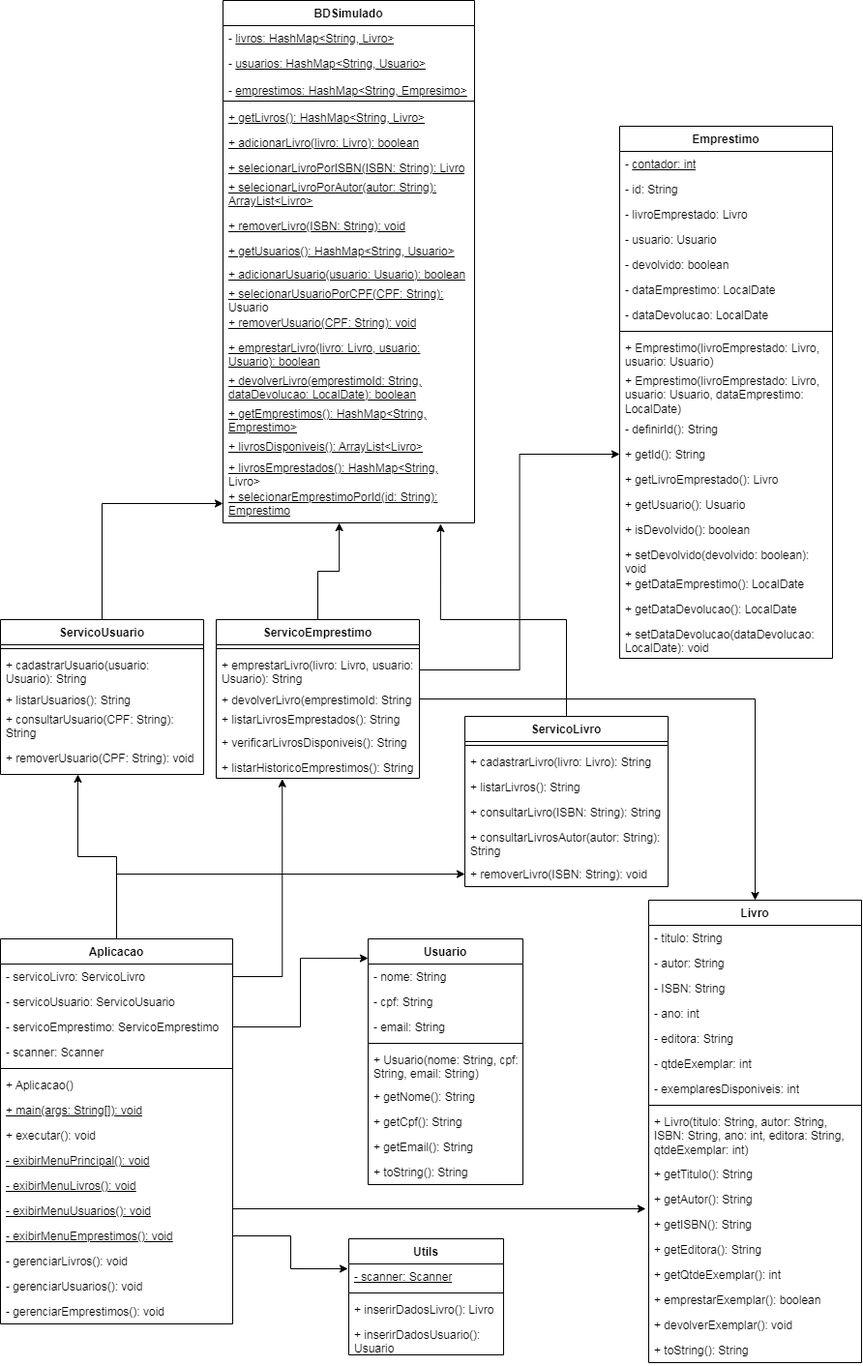
The draw.io diagram orientacao-a-objetos/atividades/atividade-1/Diagrama-uml.png in Ricardo-Cs/IFAC-SPI, before a commit. Source tidied: cells renumbered, new cells last; positions are measured from the earlier drawing's top-left corner, leaving out a move shared by most shapes.
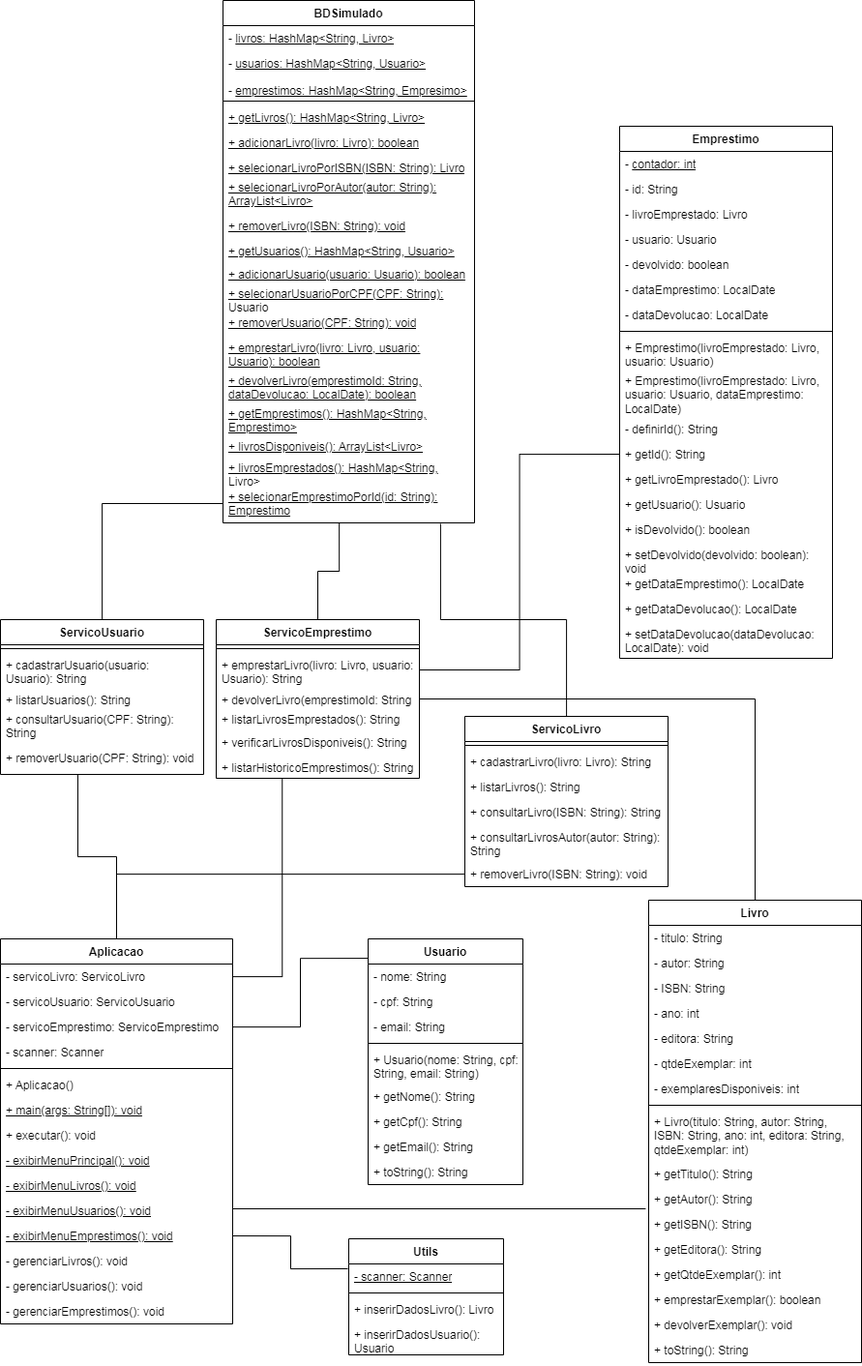
The same file after the commit.

Change to the diagram source:
```diff
@@ -206,7 +206,7 @@
     <mxCell id="69" value="&lt;u&gt;+ selecionarEmprestimoPorId(id: String): Emprestimo&lt;/u&gt;" style="text;strokeColor=none;fillColor=none;align=left;verticalAlign=top;spacingLeft=4;spacingRight=4;overflow=hidden;points=[[0,0.5],[1,0.5]];portConstraint=eastwest;whiteSpace=wrap;html=1;" parent="50" vertex="1">
       <mxGeometry y="500" width="260" height="40" as="geometry" />
     </mxCell>
-    <mxCell id="70" style="edgeStyle=orthogonalEdgeStyle;rounded=0;jettySize=auto;html=1;" parent="1" edge="1" source="71" target="2">
+    <mxCell id="70" style="edgeStyle=orthogonalEdgeStyle;rounded=0;jettySize=auto;html=1;endArrow=none;startFill=0;" parent="1" edge="1" source="71" target="2">
       <mxGeometry relative="1" as="geometry" />
     </mxCell>
     <mxCell id="71" value="ServicoEmprestimo" style="swimlane;fontStyle=1;align=center;verticalAlign=top;horizontal=1;startSize=26;whiteSpace=wrap;html=1;" parent="1" vertex="1">
@@ -251,7 +251,7 @@
     <mxCell id="84" value="+ removerLivro(ISBN: String): void" style="text;strokeColor=none;fillColor=none;align=left;verticalAlign=top;spacingLeft=4;spacingRight=4;overflow=hidden;points=[[0,0.5],[1,0.5]];portConstraint=eastwest;whiteSpace=wrap;html=1;" parent="78" vertex="1">
       <mxGeometry y="150" width="210" height="26" as="geometry" />
     </mxCell>
-    <mxCell id="85" style="edgeStyle=orthogonalEdgeStyle;rounded=0;jettySize=auto;html=1;entryX=0;entryY=0.5;entryDx=0;entryDy=0;" parent="1" edge="1" source="86" target="69">
+    <mxCell id="85" style="edgeStyle=orthogonalEdgeStyle;rounded=0;jettySize=auto;html=1;entryX=0;entryY=0.5;entryDx=0;entryDy=0;endArrow=none;startFill=0;" parent="1" edge="1" source="86" target="69">
       <mxGeometry relative="1" as="geometry" />
     </mxCell>
     <mxCell id="86" value="ServicoUsuario" style="swimlane;fontStyle=1;align=center;verticalAlign=top;horizontal=1;startSize=26;whiteSpace=wrap;html=1;" parent="1" vertex="1">
@@ -272,7 +272,7 @@
     <mxCell id="91" value="+ removerUsuario(CPF: String): void" style="text;strokeColor=none;fillColor=none;align=left;verticalAlign=top;spacingLeft=4;spacingRight=4;overflow=hidden;points=[[0,0.5],[1,0.5]];portConstraint=eastwest;whiteSpace=wrap;html=1;" parent="86" vertex="1">
       <mxGeometry y="130" width="210" height="30" as="geometry" />
     </mxCell>
-    <mxCell id="92" style="edgeStyle=orthogonalEdgeStyle;rounded=0;jettySize=auto;html=1;" parent="1" edge="1" source="93" target="84">
+    <mxCell id="92" style="edgeStyle=orthogonalEdgeStyle;rounded=0;jettySize=auto;html=1;endArrow=none;startFill=0;" parent="1" edge="1" source="93" target="84">
       <mxGeometry relative="1" as="geometry" />
     </mxCell>
     <mxCell id="93" value="Aplicacao" style="swimlane;fontStyle=1;align=center;verticalAlign=top;horizontal=1;startSize=26;whiteSpace=wrap;html=1;" parent="1" vertex="1">
@@ -338,25 +338,30 @@
     <mxCell id="113" value="+ inserirDadosUsuario(): Usuario" style="text;strokeColor=none;fillColor=none;align=left;verticalAlign=top;spacingLeft=4;spacingRight=4;overflow=hidden;whiteSpace=wrap;html=1;" parent="109" vertex="1">
       <mxGeometry y="86" width="160" height="34" as="geometry" />
     </mxCell>
-    <mxCell id="114" style="edgeStyle=orthogonalEdgeStyle;rounded=0;jettySize=auto;html=1;entryX=0.865;entryY=1.025;entryDx=0;entryDy=0;entryPerimeter=0;" parent="1" edge="1" source="78" target="69">
+    <mxCell id="114" style="edgeStyle=orthogonalEdgeStyle;rounded=0;jettySize=auto;html=1;entryX=0.865;entryY=1.025;entryDx=0;entryDy=0;entryPerimeter=0;endArrow=none;startFill=0;" parent="1" edge="1" source="78" target="69">
       <mxGeometry relative="1" as="geometry" />
     </mxCell>
-    <mxCell id="115" style="edgeStyle=orthogonalEdgeStyle;rounded=0;jettySize=auto;html=1;entryX=0.462;entryY=1;entryDx=0;entryDy=0;entryPerimeter=0;" parent="1" edge="1" source="71" target="69">
+    <mxCell id="115" style="edgeStyle=orthogonalEdgeStyle;rounded=0;jettySize=auto;html=1;entryX=0.462;entryY=1;entryDx=0;entryDy=0;entryPerimeter=0;endArrow=none;startFill=0;" parent="1" edge="1" source="71" target="69">
       <mxGeometry relative="1" as="geometry" />
     </mxCell>
-    <mxCell id="116" style="edgeStyle=orthogonalEdgeStyle;rounded=0;jettySize=auto;html=1;entryX=0.381;entryY=1;entryDx=0;entryDy=0;entryPerimeter=0;" parent="1" edge="1" source="93" target="91">
+    <mxCell id="116" style="edgeStyle=orthogonalEdgeStyle;rounded=0;jettySize=auto;html=1;entryX=0.381;entryY=1;entryDx=0;entryDy=0;entryPerimeter=0;endArrow=none;startFill=0;" parent="1" edge="1" source="93" target="91">
       <mxGeometry relative="1" as="geometry" />
     </mxCell>
-    <mxCell id="117" style="edgeStyle=orthogonalEdgeStyle;rounded=0;jettySize=auto;html=1;entryX=0.325;entryY=1.031;entryDx=0;entryDy=0;entryPerimeter=0;" parent="1" edge="1" source="94" target="77">
+    <mxCell id="117" style="edgeStyle=orthogonalEdgeStyle;rounded=0;jettySize=auto;html=1;entryX=0.325;entryY=1.031;entryDx=0;entryDy=0;entryPerimeter=0;endArrow=none;startFill=0;" parent="1" edge="1" source="94" target="77">
       <mxGeometry relative="1" as="geometry" />
     </mxCell>
-    <mxCell id="118" style="edgeStyle=orthogonalEdgeStyle;rounded=0;jettySize=auto;html=1;entryX=-0.006;entryY=0.192;entryDx=0;entryDy=0;entryPerimeter=0;exitX=1;exitY=0.5;exitDx=0;exitDy=0;" parent="1" edge="1" source="105" target="110">
+    <mxCell id="118" style="edgeStyle=orthogonalEdgeStyle;rounded=0;jettySize=auto;html=1;entryX=-0.006;entryY=0.192;entryDx=0;entryDy=0;entryPerimeter=0;exitX=1;exitY=0.5;exitDx=0;exitDy=0;endArrow=none;startFill=0;" parent="1" edge="1" source="105" target="110">
       <mxGeometry relative="1" as="geometry" />
     </mxCell>
-    <mxCell id="119" style="edgeStyle=orthogonalEdgeStyle;rounded=0;jettySize=auto;html=1;entryX=0;entryY=0.079;entryDx=0;entryDy=0;entryPerimeter=0;" parent="1" edge="1" source="96" target="20">
-      <mxGeometry relative="1" as="geometry" />
+    <mxCell id="119" style="edgeStyle=orthogonalEdgeStyle;rounded=0;jettySize=auto;html=1;entryX=0;entryY=0.079;entryDx=0;entryDy=0;entryPerimeter=0;endArrow=none;startFill=0;" parent="1" edge="1" source="96" target="20">
+      <mxGeometry relative="1" as="geometry">
+        <Array as="points">
+          <mxPoint x="310" y="1061" />
+          <mxPoint x="310" y="990" />
+        </Array>
+      </mxGeometry>
     </mxCell>
-    <mxCell id="120" style="edgeStyle=orthogonalEdgeStyle;rounded=0;jettySize=auto;html=1;entryX=-0.014;entryY=0.885;entryDx=0;entryDy=0;entryPerimeter=0;" parent="1" edge="1" source="104" target="13">
+    <mxCell id="120" style="edgeStyle=orthogonalEdgeStyle;rounded=0;jettySize=auto;html=1;entryX=-0.014;entryY=0.885;entryDx=0;entryDy=0;entryPerimeter=0;endArrow=none;startFill=0;" parent="1" edge="1" source="104" target="13">
       <mxGeometry relative="1" as="geometry">
         <Array as="points">
           <mxPoint x="240" y="1249" />
@@ -364,7 +369,7 @@
         </Array>
       </mxGeometry>
     </mxCell>
-    <mxCell id="121" style="edgeStyle=orthogonalEdgeStyle;rounded=0;jettySize=auto;html=1;entryX=0;entryY=0.5;entryDx=0;entryDy=0;" parent="1" edge="1" source="73" target="42">
+    <mxCell id="121" style="edgeStyle=orthogonalEdgeStyle;rounded=0;jettySize=auto;html=1;entryX=0;entryY=0.5;entryDx=0;entryDy=0;endArrow=none;startFill=0;" parent="1" edge="1" source="73" target="42">
       <mxGeometry relative="1" as="geometry" />
     </mxCell>
   </root>
```
